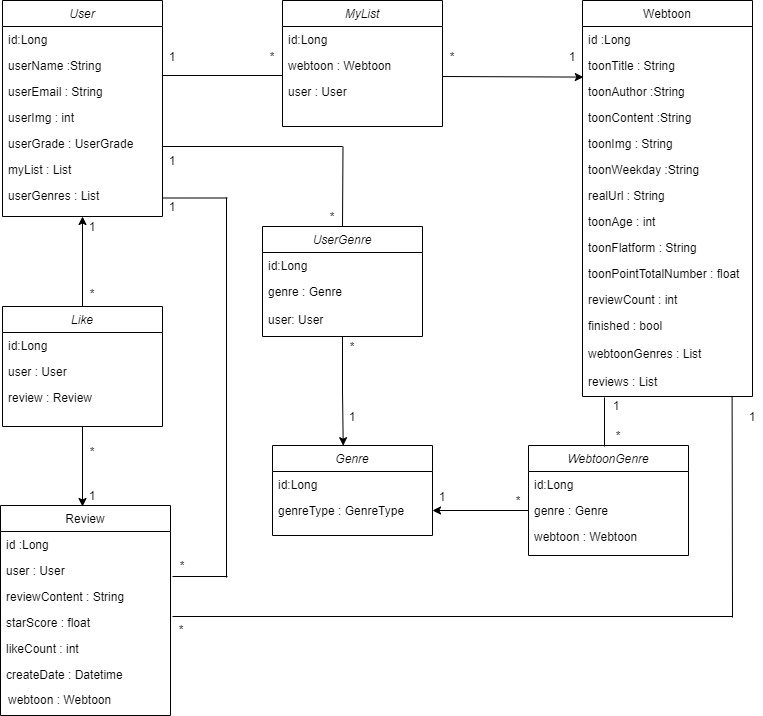
yeonnwoo/Webtooni_server keeps this draw.io diagram as webtooniverse Diagram.png. Above is the earlier version. Source tidied: cells renumbered, new cells last; positions are measured from the earlier drawing's top-left corner, leaving out a move shared by most shapes.
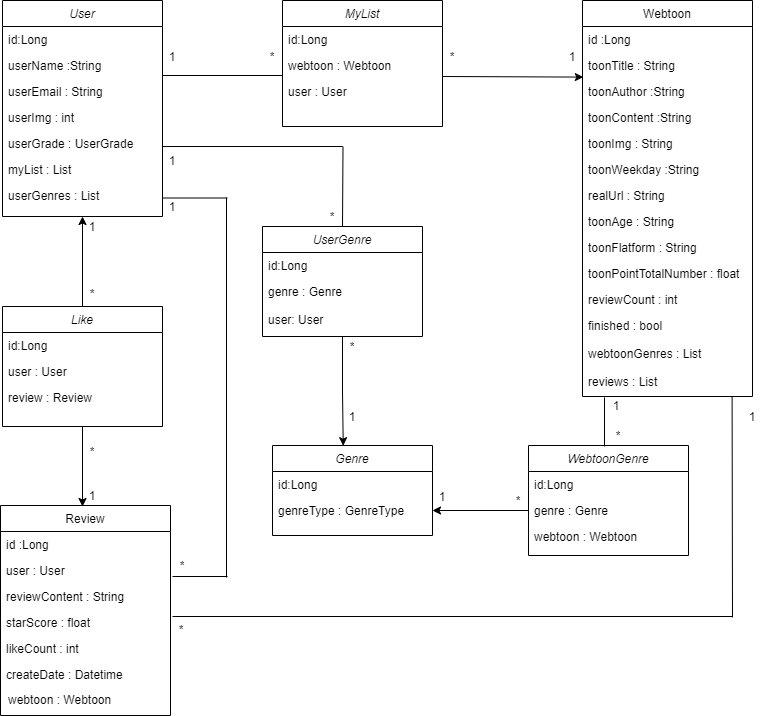
Above is the later version.

Diff of the diagram source:
```diff
@@ -50,7 +50,7 @@
     <mxCell id="17" value="realUrl : String" style="text;align=left;verticalAlign=top;spacingLeft=4;spacingRight=4;overflow=hidden;rounded=0;shadow=0;html=0;" parent="10" vertex="1">
       <mxGeometry y="182" width="170" height="26" as="geometry" />
     </mxCell>
-    <mxCell id="18" value="toonAge : int" style="text;align=left;verticalAlign=top;spacingLeft=4;spacingRight=4;overflow=hidden;" parent="10" vertex="1">
+    <mxCell id="18" value="toonAge : String" style="text;align=left;verticalAlign=top;spacingLeft=4;spacingRight=4;overflow=hidden;" parent="10" vertex="1">
       <mxGeometry y="208" width="170" height="26" as="geometry" />
     </mxCell>
     <mxCell id="19" value="toonFlatform : String" style="text;align=left;verticalAlign=top;spacingLeft=4;spacingRight=4;overflow=hidden;" parent="10" vertex="1">
```
